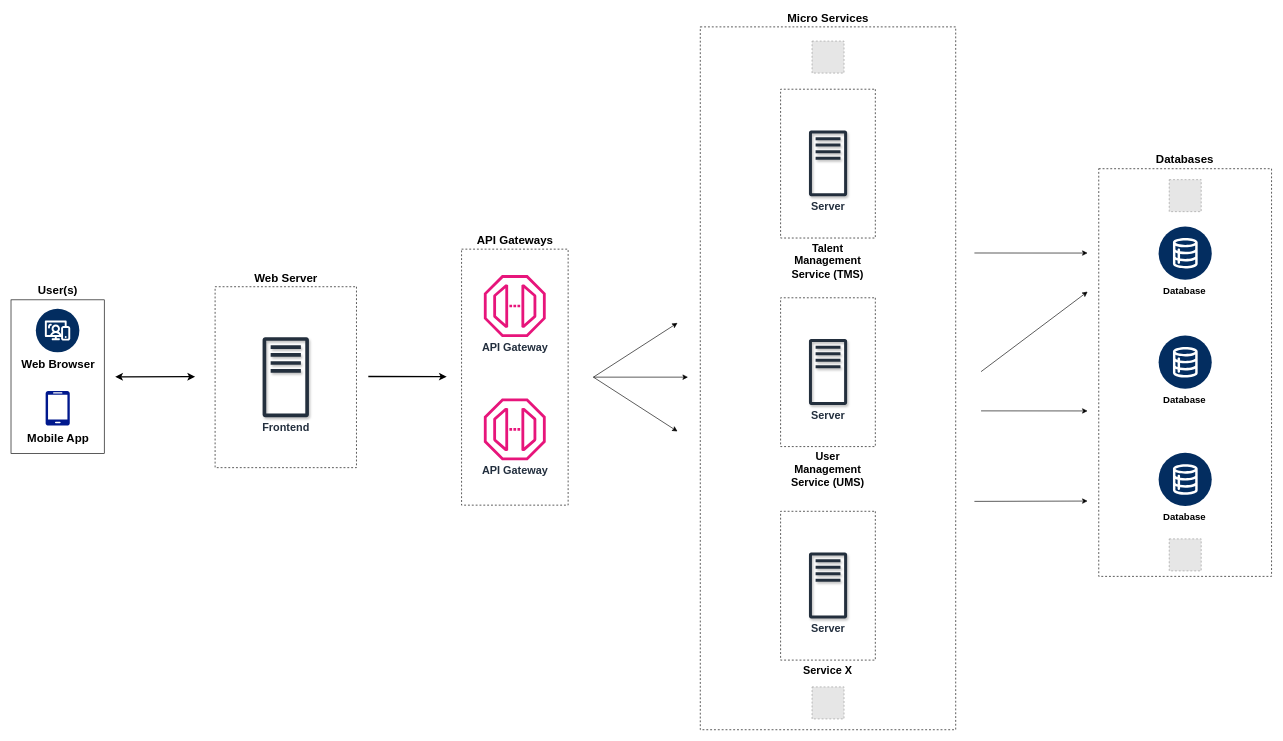
Earlier version of the draw.io diagram newFinal.drawio (sikandar-ramzan/NinjaVision). Source tidied: cells renumbered, new cells numbered last; positions are measured from the earlier drawing's top-left corner, leaving out a move shared by most shapes. Both pictures are drawn from the tidied source at 64%, with x=0, y=0 at pixel (11, 27). Pictures stored in the file or linked from it are replaced by grey dashed boxes.
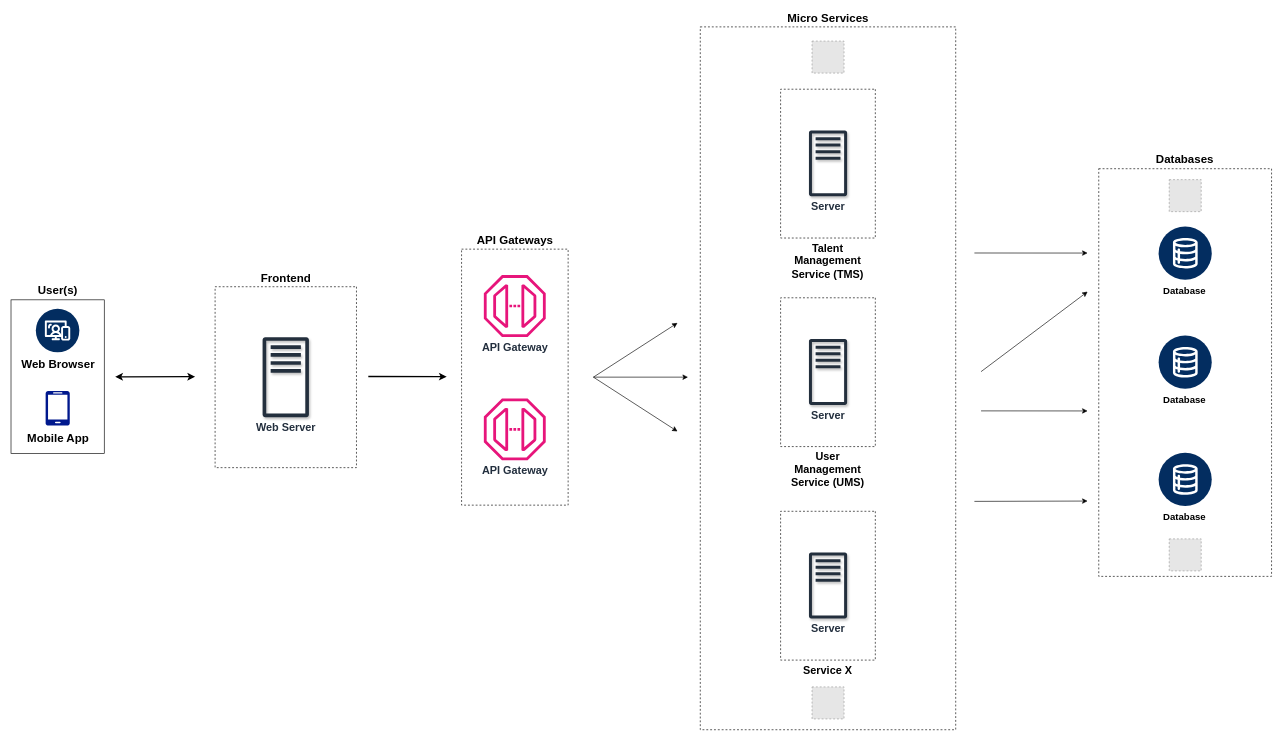
The same page after the edit.

The change refers to these unchanged cells:
```xml
<mxCell id="2" style="group;" parent="1" vertex="1">
  <mxGeometry x="-0.3" y="-0.5" width="1969.6" height="1098.2" as="geometry" />
</mxCell>
```

What changed in the source:
```diff
@@
-    <mxCell id="32" value="&lt;b style=&quot;&quot;&gt;&lt;font style=&quot;font-size: 18px;&quot;&gt;Web Server&lt;/font&gt;&lt;/b&gt;" style="rounded=0;whiteSpace=wrap;html=1;direction=south;fillColor=none;dashed=1;labelPosition=center;verticalLabelPosition=top;align=center;verticalAlign=bottom;" parent="2" vertex="1">
+    <mxCell id="32" value="&lt;b style=&quot;&quot;&gt;&lt;font style=&quot;font-size: 18px;&quot;&gt;Frontend&lt;/font&gt;&lt;/b&gt;" style="rounded=0;whiteSpace=wrap;html=1;direction=south;fillColor=none;dashed=1;labelPosition=center;verticalLabelPosition=top;align=center;verticalAlign=bottom;" parent="2" vertex="1">
       <mxGeometry x="318.9" y="406" width="220.9" height="282.7" as="geometry" />
     </mxCell>
-    <mxCell id="33" value="&lt;font size=&quot;1&quot; style=&quot;&quot;&gt;&lt;b style=&quot;font-size: 17px;&quot;&gt;Frontend&lt;/b&gt;&lt;/font&gt;" style="sketch=0;fontColor=#232F3E;gradientColor=none;fillColor=#232F3D;strokeColor=none;dashed=0;verticalLabelPosition=bottom;verticalAlign=top;align=center;html=1;fontSize=12;fontStyle=0;shape=mxgraph.aws4.traditional_server;shadow=1;" parent="2" vertex="1">
+    <mxCell id="33" value="&lt;font size=&quot;1&quot; style=&quot;&quot;&gt;&lt;b style=&quot;font-size: 17px;&quot;&gt;Web Server&lt;/b&gt;&lt;/font&gt;" style="sketch=0;fontColor=#232F3E;gradientColor=none;fillColor=#232F3D;strokeColor=none;dashed=0;verticalLabelPosition=bottom;verticalAlign=top;align=center;html=1;fontSize=12;fontStyle=0;shape=mxgraph.aws4.traditional_server;shadow=1;" parent="2" vertex="1">
       <mxGeometry x="393.1" y="484.6" width="72.4" height="125.5" as="geometry" />
     </mxCell>
```
